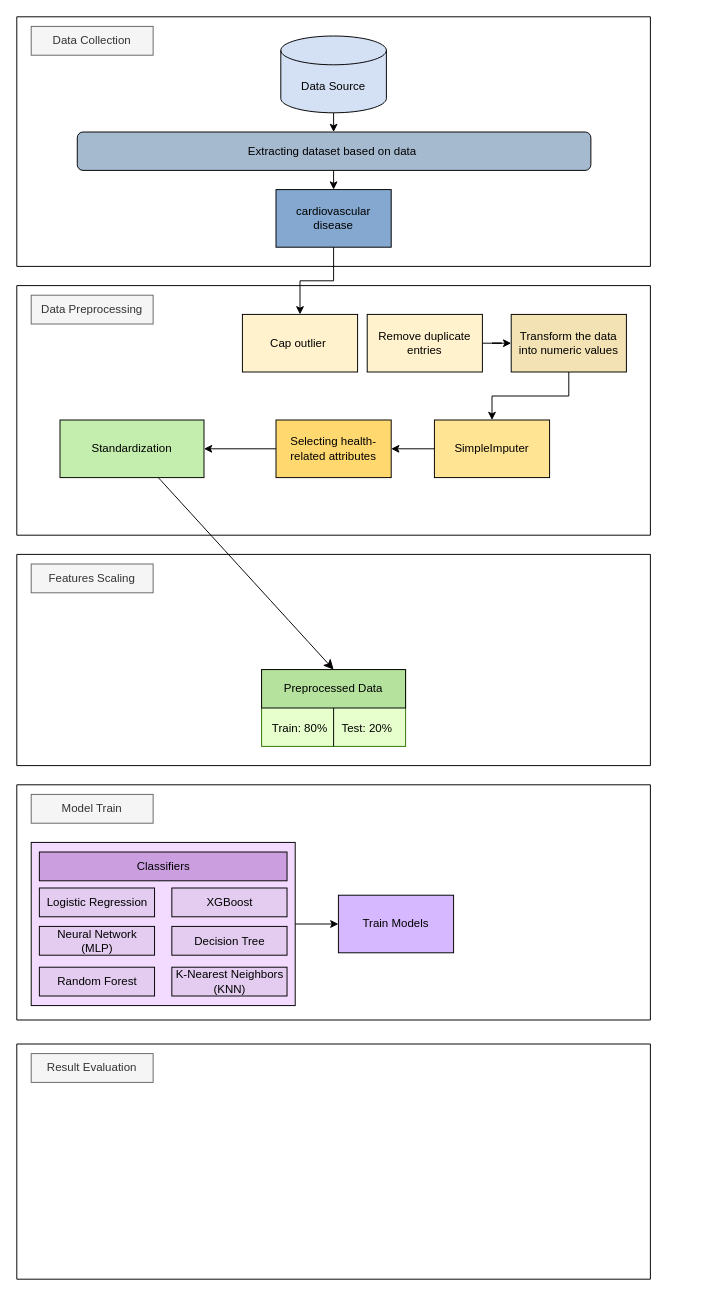
Jenny-Tanananya/Diagram keeps this draw.io diagram as pj.drawio. Above is the earlier version. Source tidied: cells renumbered, new cells numbered last; positions are measured from the earlier drawing's top-left corner, leaving out a move shared by most shapes. Both pictures are drawn from the tidied source at 96%, with x=0, y=0 at pixel (16, 16).
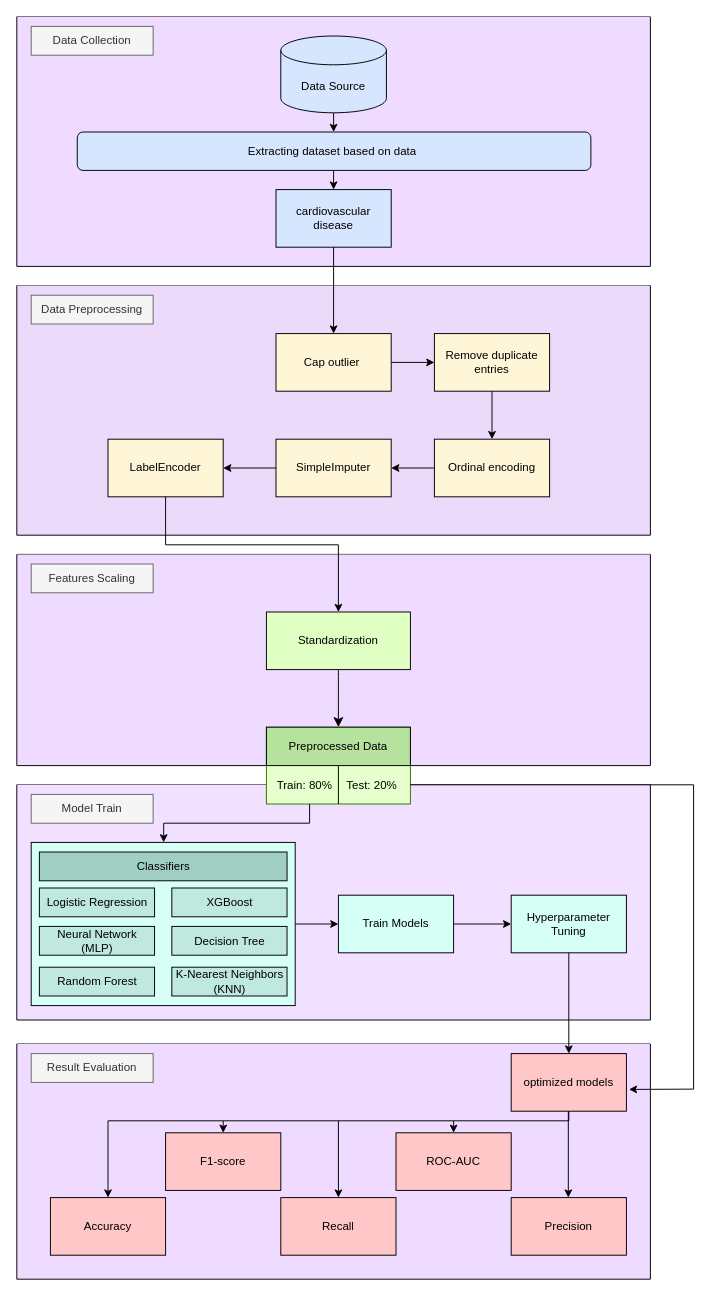
The same page after the edit.

Change to the diagram source:
```diff
@@
-    <mxCell id="2" style="swimlane;startSize=0;fillStyle=auto;" parent="1" vertex="1">
-      <mxGeometry width="660" height="260" as="geometry" />
-    </mxCell>
-    <mxCell id="3" style="edgeStyle=orthogonalEdgeStyle;rounded=0;jettySize=auto;html=1;entryX=0.5;entryY=0;entryDx=0;entryDy=0;" parent="2" edge="1" source="4" target="5">
-      <mxGeometry relative="1" as="geometry" />
-    </mxCell>
-    <mxCell id="4" value="Data Source" style="shape=cylinder3;whiteSpace=wrap;html=1;boundedLbl=1;backgroundOutline=1;size=15;fillColor=#D4E1F5;" parent="2" vertex="1">
-      <mxGeometry x="275" y="20" width="110" height="80" as="geometry" />
-    </mxCell>
-    <mxCell id="5" value="Extracting dataset based on data&amp;nbsp;" style="rounded=1;whiteSpace=wrap;html=1;fillColor=light-dark(#a5b9cf, #24374b);" parent="2" vertex="1">
-      <mxGeometry x="63" y="120" width="535" height="40" as="geometry" />
-    </mxCell>
-    <mxCell id="6" value="&lt;span&gt;cardiovascular&lt;br&gt;disease&lt;/span&gt;" style="rounded=0;whiteSpace=wrap;html=1;fontFamily=Helvetica;fontSize=12;fillColor=light-dark(#84A8CF,#281D00);" parent="2" vertex="1">
-      <mxGeometry x="270" y="180" width="120" height="60" as="geometry" />
-    </mxCell>
-    <mxCell id="7" style="endArrow=classic;html=1;rounded=0;entryX=0.5;entryY=0;entryDx=0;entryDy=0;" parent="2" edge="1" target="6">
-      <mxGeometry relative="1" as="geometry">
-        <mxPoint x="330" y="160" as="sourcePoint" />
-      </mxGeometry>
-    </mxCell>
-    <mxCell id="8" value="&lt;div&gt;Data Collection&lt;/div&gt;" style="text;html=1;align=center;verticalAlign=middle;whiteSpace=wrap;rounded=0;fillColor=#f5f5f5;fontColor=#333333;strokeColor=#666666;" parent="2" vertex="1">
-      <mxGeometry x="15" y="10" width="127" height="30" as="geometry" />
-    </mxCell>
-    <mxCell id="9" style="swimlane;startSize=0;" parent="1" vertex="1">
-      <mxGeometry y="280" width="660" height="260" as="geometry" />
-    </mxCell>
-    <mxCell id="10" style="edgeStyle=orthogonalEdgeStyle;rounded=0;jettySize=auto;html=1;" parent="9" edge="1" source="11" target="13">
-      <mxGeometry relative="1" as="geometry" />
-    </mxCell>
-    <mxCell id="11" value="Remove duplicate entries" style="rounded=0;whiteSpace=wrap;html=1;fillColor=#FFF2CC;" parent="9" vertex="1">
-      <mxGeometry x="365" y="30" width="120" height="60" as="geometry" />
-    </mxCell>
-    <mxCell id="12" style="edgeStyle=orthogonalEdgeStyle;rounded=0;jettySize=auto;html=1;" parent="9" edge="1" source="13" target="16">
-      <mxGeometry relative="1" as="geometry" />
-    </mxCell>
-    <mxCell id="13" value="&lt;p style=&quot;&quot;&gt;&lt;font&gt;Transform the data into numeric values&lt;/font&gt;&lt;/p&gt;" style="rounded=0;whiteSpace=wrap;html=1;fillColor=light-dark(#f3e3b4, #281d00);" parent="9" vertex="1">
-      <mxGeometry x="515" y="30" width="120" height="60" as="geometry" />
-    </mxCell>
-    <mxCell id="14" value="&lt;p style=&quot;&quot;&gt;&lt;font&gt;Selecting health-related attributes&lt;/font&gt;&lt;/p&gt;" style="rounded=0;whiteSpace=wrap;html=1;fillColor=light-dark(#ffd970, #ededed);" parent="9" vertex="1">
-      <mxGeometry x="270" y="140" width="120" height="60" as="geometry" />
-    </mxCell>
-    <mxCell id="15" style="edgeStyle=orthogonalEdgeStyle;rounded=0;jettySize=auto;html=1;" parent="9" edge="1" source="16" target="14">
-      <mxGeometry relative="1" as="geometry" />
-    </mxCell>
-    <mxCell id="16" value="&lt;span&gt;SimpleImputer&lt;/span&gt;" style="rounded=0;whiteSpace=wrap;html=1;fillColor=light-dark(#ffe494, #543300);" parent="9" vertex="1">
-      <mxGeometry x="435" y="140" width="120" height="60" as="geometry" />
-    </mxCell>
-    <mxCell id="17" value="&lt;div&gt;Data Preprocessing&lt;/div&gt;" style="text;html=1;align=center;verticalAlign=middle;whiteSpace=wrap;rounded=0;fillColor=#f5f5f5;fontColor=#333333;strokeColor=#666666;" parent="9" vertex="1">
-      <mxGeometry x="15" y="10" width="127" height="30" as="geometry" />
-    </mxCell>
-    <mxCell id="18" value="Standardization" style="rounded=0;whiteSpace=wrap;html=1;fillColor=#C3EEAE;" parent="9" vertex="1">
-      <mxGeometry x="45" y="140" width="150" height="60" as="geometry" />
-    </mxCell>
-    <mxCell id="19" style="edgeStyle=orthogonalEdgeStyle;rounded=0;jettySize=auto;html=1;" parent="9" edge="1" source="14" target="18">
-      <mxGeometry relative="1" as="geometry" />
-    </mxCell>
-    <mxCell id="20" value="Cap outlier&amp;nbsp;" style="rounded=0;whiteSpace=wrap;html=1;fillColor=#FFF2CC;" parent="9" vertex="1">
-      <mxGeometry x="235" y="30" width="120" height="60" as="geometry" />
-    </mxCell>
-    <mxCell id="21" style="edgeStyle=orthogonalEdgeStyle;rounded=0;jettySize=auto;html=1;" parent="1" edge="1" source="6" target="20">
-      <mxGeometry relative="1" as="geometry" />
-    </mxCell>
-    <mxCell id="22" style="swimlane;startSize=0;" parent="1" vertex="1">
-      <mxGeometry y="560" width="660" height="220" as="geometry" />
-    </mxCell>
-    <mxCell id="23" style="rounded=0;whiteSpace=wrap;html=1;strokeColor=#2D7600;align=center;verticalAlign=middle;fontFamily=Helvetica;fontSize=16;fontColor=#ffffff;horizontal=0;fillColor=light-dark(#e6ffcc, #4a890c);" parent="22" vertex="1">
-      <mxGeometry x="255" y="120" width="150" height="80" as="geometry" />
-    </mxCell>
-    <mxCell id="24" value="Preprocessed Data" style="rounded=0;whiteSpace=wrap;html=1;fillColor=light-dark(#b5e29d, #ededed);" parent="23" vertex="1">
-      <mxGeometry width="150" height="40" as="geometry" />
-    </mxCell>
-    <mxCell id="25" style="endArrow=none;html=1;rounded=0;fontFamily=Helvetica;fontSize=16;fontColor=default;horizontal=0;entryX=0.5;entryY=1;entryDx=0;entryDy=0;exitX=0.5;exitY=1;exitDx=0;exitDy=0;" parent="23" edge="1" source="23" target="24">
-      <mxGeometry relative="1" as="geometry" />
-    </mxCell>
-    <mxCell id="26" value="&lt;span style=&quot;font-size: 12px;&quot;&gt;Train: 80%&lt;/span&gt;" style="text;html=1;align=center;verticalAlign=middle;whiteSpace=wrap;rounded=0;fontFamily=Helvetica;fontSize=16;fontColor=default;horizontal=0;rotation=90;" parent="23" vertex="1">
-      <mxGeometry x="30" y="27.4" width="20" height="64" as="geometry" />
-    </mxCell>
-    <mxCell id="27" value="&lt;span style=&quot;font-size: 12px;&quot;&gt;Test: 20%&lt;/span&gt;" style="text;html=1;align=center;verticalAlign=middle;whiteSpace=wrap;rounded=0;fontFamily=Helvetica;fontSize=16;fontColor=default;horizontal=0;rotation=90;" parent="23" vertex="1">
-      <mxGeometry x="100" y="27.4" width="20" height="64" as="geometry" />
-    </mxCell>
-    <mxCell id="28" value="&lt;div&gt;&lt;span style=&quot;background-color: transparent; color: light-dark(rgb(51, 51, 51), rgb(193, 193, 193));&quot;&gt;Features Scaling&lt;/span&gt;&lt;/div&gt;" style="text;html=1;align=center;verticalAlign=middle;whiteSpace=wrap;rounded=0;fillColor=#f5f5f5;fontColor=#333333;strokeColor=#666666;" parent="1" vertex="1">
-      <mxGeometry x="15" y="570" width="127" height="30" as="geometry" />
-    </mxCell>
-    <mxCell id="29" style="swimlane;startSize=0;fillColor=light-dark(#f7e5ff, #ededed);" parent="1" vertex="1">
+    <mxCell id="29" style="swimlane;startSize=0;fillColor=light-dark(#f7e5ff, #ededed);swimlaneFillColor=light-dark(#f1e0ff, #ededed);" parent="1" vertex="1">
       <mxGeometry y="800" width="660" height="245" as="geometry" />
     </mxCell>
@@
-    <mxCell id="32" style="rounded=0;whiteSpace=wrap;html=1;fillColor=light-dark(#f3dbff, #ededed);" parent="29" vertex="1">
+    <mxCell id="32" style="rounded=0;whiteSpace=wrap;html=1;fillColor=light-dark(#d6fff5, #ededed);" parent="29" vertex="1">
       <mxGeometry x="15" y="60" width="275" height="170" as="geometry" />
     </mxCell>
-    <mxCell id="33" value="Classifiers" style="rounded=0;whiteSpace=wrap;html=1;fillColor=light-dark(#cb9ee0, #ededed);" parent="29" vertex="1">
+    <mxCell id="33" value="Classifiers" style="rounded=0;whiteSpace=wrap;html=1;fillColor=light-dark(#a1cec3, #ededed);" parent="29" vertex="1">
       <mxGeometry x="23.5" y="70" width="258" height="30" as="geometry" />
     </mxCell>
-    <mxCell id="34" value="&lt;span&gt;Logistic Regression&lt;/span&gt;" style="rounded=0;whiteSpace=wrap;html=1;fillColor=light-dark(#e3ccf0, #EDEDED);" parent="29" vertex="1">
+    <mxCell id="34" value="&lt;span&gt;Logistic Regression&lt;/span&gt;" style="rounded=0;whiteSpace=wrap;html=1;fillColor=light-dark(#bfe8de, #EDEDED);" parent="29" vertex="1">
       <mxGeometry x="23.5" y="107.5" width="120" height="30" as="geometry" />
     </mxCell>
-    <mxCell id="35" value="XGBoost" style="rounded=0;whiteSpace=wrap;html=1;fillColor=light-dark(#e3ccf0, #EDEDED);" parent="29" vertex="1">
+    <mxCell id="35" value="XGBoost" style="rounded=0;whiteSpace=wrap;html=1;fillColor=light-dark(#bfe8de, #EDEDED);" parent="29" vertex="1">
       <mxGeometry x="161.5" y="107.5" width="120" height="30" as="geometry" />
     </mxCell>
-    <mxCell id="36" value="&lt;span&gt;Decision Tree&lt;/span&gt;" style="rounded=0;whiteSpace=wrap;html=1;fillColor=light-dark(#e3ccf0, #EDEDED);" parent="29" vertex="1">
+    <mxCell id="36" value="&lt;span&gt;Decision Tree&lt;/span&gt;" style="rounded=0;whiteSpace=wrap;html=1;fillColor=light-dark(#bfe8de, #EDEDED);" parent="29" vertex="1">
       <mxGeometry x="161.5" y="147.5" width="120" height="30" as="geometry" />
     </mxCell>
-    <mxCell id="37" value="K-Nearest Neighbors (KNN)" style="rounded=0;whiteSpace=wrap;html=1;fillColor=light-dark(#e3ccf0, #EDEDED);" parent="29" vertex="1">
+    <mxCell id="37" value="K-Nearest Neighbors (KNN)" style="rounded=0;whiteSpace=wrap;html=1;fillColor=light-dark(#bfe8de, #EDEDED);" parent="29" vertex="1">
       <mxGeometry x="161.5" y="190" width="120" height="30" as="geometry" />
     </mxCell>
-    <mxCell id="38" value="Neural Network (MLP)" style="rounded=0;whiteSpace=wrap;html=1;fillColor=light-dark(#e3ccf0, #EDEDED);" parent="29" vertex="1">
+    <mxCell id="38" value="Neural Network (MLP)" style="rounded=0;whiteSpace=wrap;html=1;fillColor=light-dark(#bfe8de, #EDEDED);" parent="29" vertex="1">
       <mxGeometry x="23.5" y="147.5" width="120" height="30" as="geometry" />
     </mxCell>
-    <mxCell id="39" value="Random Forest" style="rounded=0;whiteSpace=wrap;html=1;fillColor=light-dark(#e3ccf0, #EDEDED);" parent="29" vertex="1">
+    <mxCell id="39" value="Random Forest" style="rounded=0;whiteSpace=wrap;html=1;fillColor=light-dark(#bfe8de, #EDEDED);" parent="29" vertex="1">
       <mxGeometry x="23.5" y="190" width="120" height="30" as="geometry" />
     </mxCell>
+    <mxCell id="45" style="edgeStyle=orthogonalEdgeStyle;rounded=0;jettySize=auto;html=1;" parent="29" edge="1" source="40" target="46">
+      <mxGeometry relative="1" as="geometry" />
+    </mxCell>
-    <mxCell id="40" value="&lt;font style=&quot;color: rgb(0, 0, 0);&quot;&gt;Train Models&lt;/font&gt;" style="rounded=0;whiteSpace=wrap;html=1;fillColor=light-dark(#d5b8ff, #ffa7ff);fontColor=#ffffff;strokeColor=default;" parent="29" vertex="1">
+    <mxCell id="40" value="&lt;font style=&quot;color: rgb(0, 0, 0);&quot;&gt;Train Models&lt;/font&gt;" style="rounded=0;whiteSpace=wrap;html=1;fillColor=light-dark(#d6fff5, #ffa7ff);fontColor=#ffffff;strokeColor=default;" parent="29" vertex="1">
       <mxGeometry x="335" y="115" width="120" height="60" as="geometry" />
     </mxCell>
+    <mxCell id="46" value="Hyperparameter&#10;Tuning" style="rounded=0;whiteSpace=wrap;fillColor=light-dark(#d6fff5, #ffa7ff);fontColor=light-dark(#000000, #121212);strokeColor=default;" parent="29" vertex="1">
+      <mxGeometry x="515" y="115" width="120" height="60" as="geometry" />
+    </mxCell>
+    <mxCell id="2" style="swimlane;startSize=0;fillStyle=auto;fillColor=light-dark(#d6e6ff, #281D00);swimlaneFillColor=light-dark(#efdbff, #ededed);strokeColor=light-dark(#000000, #9577a3);gradientColor=none;" parent="1" vertex="1">
+      <mxGeometry width="660" height="260" as="geometry" />
+    </mxCell>
+    <mxCell id="3" style="edgeStyle=orthogonalEdgeStyle;rounded=0;jettySize=auto;html=1;entryX=0.5;entryY=0;entryDx=0;entryDy=0;" parent="2" edge="1" source="4" target="5">
+      <mxGeometry relative="1" as="geometry" />
+    </mxCell>
+    <mxCell id="4" value="Data Source" style="shape=cylinder3;whiteSpace=wrap;html=1;boundedLbl=1;backgroundOutline=1;size=15;fillColor=light-dark(#d6e6ff, #24374b);gradientColor=none;" parent="2" vertex="1">
+      <mxGeometry x="275" y="20" width="110" height="80" as="geometry" />
+    </mxCell>
+    <mxCell id="5" value="Extracting dataset based on data&amp;nbsp;" style="rounded=1;whiteSpace=wrap;html=1;fillColor=light-dark(#d6e6ff, #24374b);" parent="2" vertex="1">
+      <mxGeometry x="63" y="120" width="535" height="40" as="geometry" />
+    </mxCell>
+    <mxCell id="6" value="&lt;span&gt;cardiovascular&lt;br&gt;disease&lt;/span&gt;" style="rounded=0;whiteSpace=wrap;html=1;fontFamily=Helvetica;fontSize=12;fillColor=light-dark(#d6e6ff, #281D00);" parent="2" vertex="1">
+      <mxGeometry x="270" y="180" width="120" height="60" as="geometry" />
+    </mxCell>
+    <mxCell id="7" style="endArrow=classic;html=1;rounded=0;entryX=0.5;entryY=0;entryDx=0;entryDy=0;" parent="2" edge="1" target="6">
+      <mxGeometry relative="1" as="geometry">
+        <mxPoint x="330" y="160" as="sourcePoint" />
+      </mxGeometry>
+    </mxCell>
+    <mxCell id="8" value="&lt;div&gt;Data Collection&lt;/div&gt;" style="text;html=1;align=center;verticalAlign=middle;whiteSpace=wrap;rounded=0;fillColor=#f5f5f5;fontColor=#333333;strokeColor=#666666;" parent="2" vertex="1">
+      <mxGeometry x="15" y="10" width="127" height="30" as="geometry" />
+    </mxCell>
+    <mxCell id="9" style="swimlane;startSize=0;swimlaneFillColor=light-dark(#ecdafb, #ededed);" parent="1" vertex="1">
+      <mxGeometry y="280" width="660" height="260" as="geometry" />
+    </mxCell>
+    <mxCell id="47" style="edgeStyle=orthogonalEdgeStyle;rounded=0;jettySize=auto;html=1;" parent="9" edge="1" source="11" target="51">
+      <mxGeometry relative="1" as="geometry" />
+    </mxCell>
+    <mxCell id="11" value="Remove duplicate entries" style="rounded=0;whiteSpace=wrap;html=1;fillColor=light-dark(#fef6d7, #281d00);" parent="9" vertex="1">
+      <mxGeometry x="435" y="50" width="120" height="60" as="geometry" />
+    </mxCell>
+    <mxCell id="48" style="edgeStyle=orthogonalEdgeStyle;rounded=0;jettySize=auto;html=1;" parent="9" edge="1" source="16" target="52">
+      <mxGeometry relative="1" as="geometry" />
+    </mxCell>
+    <mxCell id="16" value="&lt;span&gt;SimpleImputer&lt;/span&gt;" style="rounded=0;whiteSpace=wrap;html=1;fillColor=light-dark(#fef6d7, #543300);" parent="9" vertex="1">
+      <mxGeometry x="270" y="160" width="120" height="60" as="geometry" />
+    </mxCell>
+    <mxCell id="17" value="&lt;div&gt;Data Preprocessing&lt;/div&gt;" style="text;html=1;align=center;verticalAlign=middle;whiteSpace=wrap;rounded=0;fillColor=#f5f5f5;fontColor=#333333;strokeColor=#666666;" parent="9" vertex="1">
+      <mxGeometry x="15" y="10" width="127" height="30" as="geometry" />
+    </mxCell>
+    <mxCell id="49" style="edgeStyle=orthogonalEdgeStyle;rounded=0;jettySize=auto;html=1;" parent="9" edge="1" source="20" target="11">
+      <mxGeometry relative="1" as="geometry" />
+    </mxCell>
+    <mxCell id="20" value="Cap outlier&amp;nbsp;" style="rounded=0;whiteSpace=wrap;html=1;fillColor=light-dark(#fef6d7, #281d00);" parent="9" vertex="1">
+      <mxGeometry x="270" y="50" width="120" height="60" as="geometry" />
+    </mxCell>
+    <mxCell id="50" style="edgeStyle=orthogonalEdgeStyle;rounded=0;jettySize=auto;html=1;" parent="9" edge="1" source="51" target="16">
+      <mxGeometry relative="1" as="geometry" />
+    </mxCell>
+    <mxCell id="51" value="Ordinal encoding" style="rounded=0;whiteSpace=wrap;html=1;fillColor=light-dark(#fef6d7, #281d00);" parent="9" vertex="1">
+      <mxGeometry x="435" y="160" width="120" height="60" as="geometry" />
+    </mxCell>
+    <mxCell id="52" value="LabelEncoder" style="rounded=0;fillColor=light-dark(#fef6d7, #543300);fontColor=default;whiteSpace=wrap;" parent="9" vertex="1">
+      <mxGeometry x="95" y="160" width="120" height="60" as="geometry" />
+    </mxCell>
+    <mxCell id="21" style="edgeStyle=orthogonalEdgeStyle;rounded=0;jettySize=auto;html=1;" parent="1" edge="1" source="6" target="20">
+      <mxGeometry relative="1" as="geometry" />
+    </mxCell>
+    <mxCell id="22" style="swimlane;startSize=0;swimlaneFillColor=light-dark(#efdbff, #442e5a);fillColor=light-dark(#cff3aa, #ededed);" parent="1" vertex="1">
+      <mxGeometry y="560" width="660" height="220" as="geometry" />
+    </mxCell>
+    <mxCell id="23" style="rounded=0;whiteSpace=wrap;html=1;strokeColor=#2D7600;align=center;verticalAlign=middle;fontFamily=Helvetica;fontSize=16;fontColor=#ffffff;horizontal=0;fillColor=light-dark(#e6ffcc, #4a890c);" parent="22" vertex="1">
+      <mxGeometry x="260" y="180" width="150" height="80" as="geometry" />
+    </mxCell>
+    <mxCell id="24" value="Preprocessed Data" style="rounded=0;whiteSpace=wrap;html=1;fillColor=light-dark(#b5e29d, #ededed);" parent="23" vertex="1">
+      <mxGeometry width="150" height="40" as="geometry" />
+    </mxCell>
+    <mxCell id="25" style="endArrow=none;html=1;rounded=0;fontFamily=Helvetica;fontSize=16;fontColor=default;horizontal=0;entryX=0.5;entryY=1;entryDx=0;entryDy=0;exitX=0.5;exitY=1;exitDx=0;exitDy=0;" parent="23" edge="1" source="23" target="24">
+      <mxGeometry relative="1" as="geometry" />
+    </mxCell>
+    <mxCell id="26" value="&lt;span style=&quot;font-size: 12px;&quot;&gt;Train: 80%&lt;/span&gt;" style="text;html=1;align=center;verticalAlign=middle;whiteSpace=wrap;rounded=0;fontFamily=Helvetica;fontSize=16;fontColor=default;horizontal=0;rotation=90;" parent="23" vertex="1">
+      <mxGeometry x="30" y="27.4" width="20" height="64" as="geometry" />
+    </mxCell>
+    <mxCell id="27" value="&lt;span style=&quot;font-size: 12px;&quot;&gt;Test: 20%&lt;/span&gt;" style="text;html=1;align=center;verticalAlign=middle;whiteSpace=wrap;rounded=0;fontFamily=Helvetica;fontSize=16;fontColor=default;horizontal=0;rotation=90;" parent="23" vertex="1">
+      <mxGeometry x="100" y="27.4" width="20" height="64" as="geometry" />
+    </mxCell>
+    <mxCell id="18" value="Standardization" style="rounded=0;whiteSpace=wrap;html=1;fillColor=light-dark(#e0ffc2, #214210);" parent="22" vertex="1">
+      <mxGeometry x="260" y="60" width="150" height="60" as="geometry" />
+    </mxCell>
+    <mxCell id="44" style="edgeStyle=none;curved=1;rounded=0;jettySize=auto;html=1;fontSize=12;startSize=8;endSize=8;entryX=0.5;entryY=0;entryDx=0;entryDy=0;" parent="22" edge="1" source="18" target="24">
+      <mxGeometry relative="1" as="geometry" />
+    </mxCell>
+    <mxCell id="28" value="&lt;div&gt;&lt;span style=&quot;background-color: transparent; color: light-dark(rgb(51, 51, 51), rgb(193, 193, 193));&quot;&gt;Features Scaling&lt;/span&gt;&lt;/div&gt;" style="text;html=1;align=center;verticalAlign=middle;whiteSpace=wrap;rounded=0;fillColor=#f5f5f5;fontColor=#333333;strokeColor=#666666;" parent="1" vertex="1">
+      <mxGeometry x="15" y="570" width="127" height="30" as="geometry" />
+    </mxCell>
-    <mxCell id="41" style="swimlane;startSize=0;fillColor=light-dark(#f7e5ff, #ededed);" parent="1" vertex="1">
+    <mxCell id="41" style="swimlane;startSize=0;fillColor=light-dark(#f7e5ff, #ededed);swimlaneFillColor=light-dark(#efdbff, #ededed);" parent="1" vertex="1">
       <mxGeometry y="1070" width="660" height="245" as="geometry" />
     </mxCell>
@@
-    <mxCell id="44" style="edgeStyle=none;curved=1;rounded=0;jettySize=auto;html=1;fontSize=12;startSize=8;endSize=8;entryX=0.5;entryY=0;entryDx=0;entryDy=0;" parent="1" edge="1" source="18" target="24">
-      <mxGeometry relative="1" as="geometry" />
-    </mxCell>
+    <mxCell id="53" style="edgeStyle=orthogonalEdgeStyle;rounded=0;jettySize=auto;html=1;entryX=0.5;entryY=0;entryDx=0;entryDy=0;" parent="41" edge="1" source="54" target="58">
+      <mxGeometry relative="1" as="geometry">
+        <Array as="points">
+          <mxPoint x="575" y="80" />
+          <mxPoint x="455" y="80" />
+        </Array>
+      </mxGeometry>
+    </mxCell>
+    <mxCell id="54" value="optimized models" style="rounded=0;whiteSpace=wrap;fillColor=light-dark(#ffc7c7, #ededed);fontColor=light-dark(#000000, #121212);strokeColor=default;" parent="41" vertex="1">
+      <mxGeometry x="515" y="10" width="120" height="60" as="geometry" />
+    </mxCell>
+    <mxCell id="55" value="Accuracy" style="rounded=0;whiteSpace=wrap;fillColor=light-dark(#ffc7c7, #ededed);" parent="41" vertex="1">
+      <mxGeometry x="35" y="160" width="120" height="60" as="geometry" />
+    </mxCell>
+    <mxCell id="56" value="F1-score" style="rounded=0;whiteSpace=wrap;html=1;fillColor=light-dark(#ffc7c7, #EDEDED);" parent="41" vertex="1">
+      <mxGeometry x="155" y="92.5" width="120" height="60" as="geometry" />
+    </mxCell>
+    <mxCell id="57" value="Recall" style="rounded=0;whiteSpace=wrap;html=1;fillColor=light-dark(#ffc7c7, #EDEDED);" parent="41" vertex="1">
+      <mxGeometry x="275" y="160" width="120" height="60" as="geometry" />
+    </mxCell>
+    <mxCell id="58" value="ROC-AUC" style="rounded=0;whiteSpace=wrap;html=1;fillColor=light-dark(#ffc7c7, #EDEDED);" parent="41" vertex="1">
+      <mxGeometry x="395" y="92.5" width="120" height="60" as="geometry" />
+    </mxCell>
+    <mxCell id="59" value="Precision" style="rounded=0;whiteSpace=wrap;html=1;fillColor=light-dark(#ffc7c7, #EDEDED);" parent="41" vertex="1">
+      <mxGeometry x="515" y="160" width="120" height="60" as="geometry" />
+    </mxCell>
+    <mxCell id="60" style="endArrow=classic;html=1;rounded=0;entryX=0.5;entryY=0;entryDx=0;entryDy=0;" parent="41" edge="1">
+      <mxGeometry relative="1" as="geometry">
+        <mxPoint x="574.5" y="70" as="sourcePoint" />
+        <mxPoint x="574.5" y="160" as="targetPoint" />
+      </mxGeometry>
+    </mxCell>
+    <mxCell id="61" style="edgeStyle=orthogonalEdgeStyle;rounded=0;jettySize=auto;html=1;entryX=0.5;entryY=0;entryDx=0;entryDy=0;" parent="1" edge="1" source="52" target="18">
+      <mxGeometry relative="1" as="geometry">
+        <Array as="points">
+          <mxPoint x="155" y="550" />
+          <mxPoint x="335" y="550" />
+        </Array>
+      </mxGeometry>
+    </mxCell>
+    <mxCell id="62" style="edgeStyle=orthogonalEdgeStyle;rounded=0;jettySize=auto;html=1;" parent="1" edge="1" source="23" target="32">
+      <mxGeometry relative="1" as="geometry">
+        <Array as="points">
+          <mxPoint x="305" y="840" />
+          <mxPoint x="153" y="840" />
+        </Array>
+      </mxGeometry>
+    </mxCell>
+    <mxCell id="63" style="edgeStyle=orthogonalEdgeStyle;rounded=0;jettySize=auto;html=1;" parent="1" edge="1" source="46" target="54">
+      <mxGeometry relative="1" as="geometry" />
+    </mxCell>
+    <mxCell id="64" style="endArrow=classic;rounded=0;entryX=0.5;entryY=0;entryDx=0;entryDy=0;html=1;" parent="1" edge="1" target="56">
+      <mxGeometry relative="1" as="geometry">
+        <mxPoint x="455" y="1150" as="sourcePoint" />
+        <Array as="points">
+          <mxPoint x="215" y="1150" />
+        </Array>
+      </mxGeometry>
+    </mxCell>
+    <mxCell id="65" style="endArrow=classic;rounded=0;entryX=0.5;entryY=0;entryDx=0;entryDy=0;html=1;" parent="1" edge="1" target="57">
+      <mxGeometry relative="1" as="geometry">
+        <mxPoint x="335" y="1150" as="sourcePoint" />
+      </mxGeometry>
+    </mxCell>
+    <mxCell id="66" style="endArrow=classic;rounded=0;entryX=0.5;entryY=0;entryDx=0;entryDy=0;html=1;" parent="1" edge="1" target="55">
+      <mxGeometry relative="1" as="geometry">
+        <mxPoint x="215" y="1150" as="sourcePoint" />
+        <Array as="points">
+          <mxPoint x="95" y="1150" />
+        </Array>
+      </mxGeometry>
+    </mxCell>
+    <mxCell id="67" style="endArrow=classic;html=1;rounded=0;exitX=1;exitY=0.75;exitDx=0;exitDy=0;entryX=1.022;entryY=0.622;entryDx=0;entryDy=0;entryPerimeter=0;" parent="1" edge="1" source="23" target="54">
+      <mxGeometry relative="1" as="geometry">
+        <Array as="points">
+          <mxPoint x="705" y="800" />
+          <mxPoint x="705" y="1117" />
+        </Array>
+      </mxGeometry>
+    </mxCell>
```
